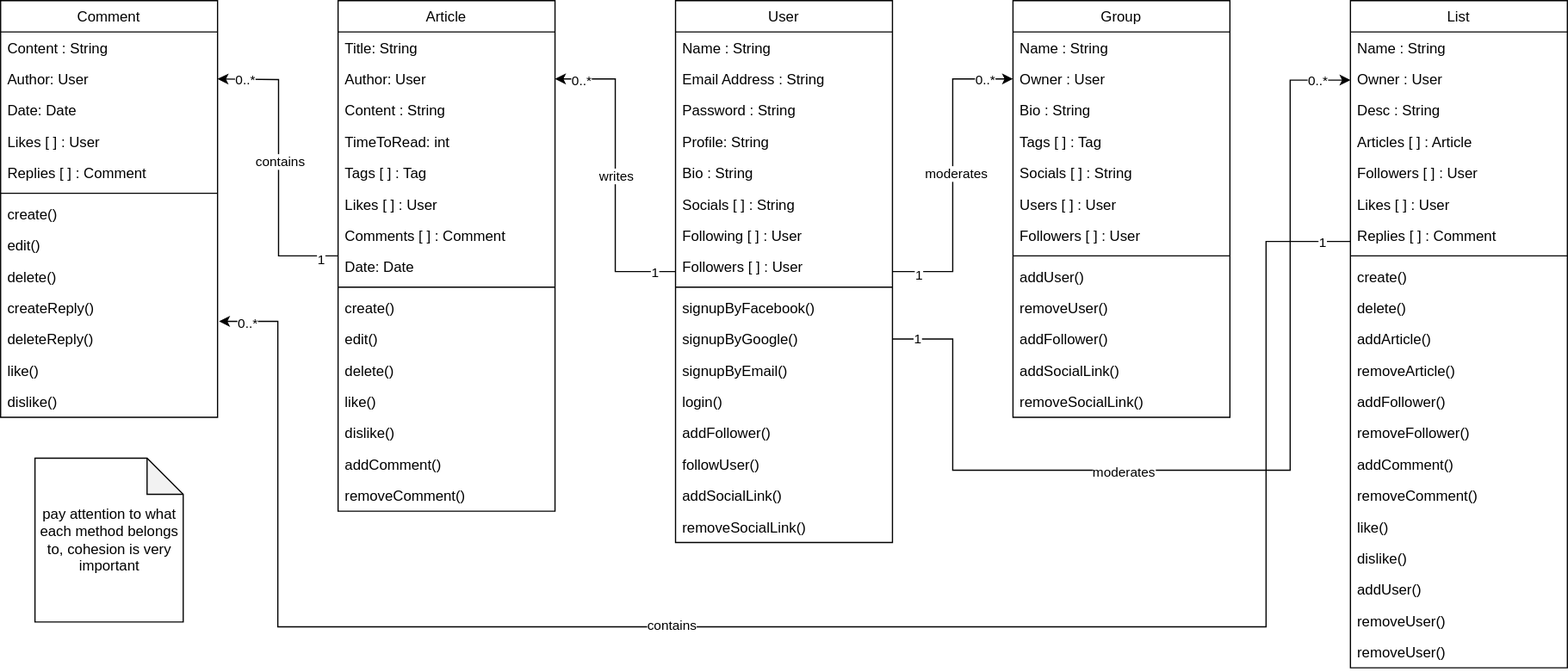
Above: Class Diagram.svg in AhmadTripleA/MediumDotCom-Clone (draw.io), before the change. Source tidied: cells renumbered, new cells last; positions are measured from the earlier drawing's top-left corner, leaving out a move shared by most shapes.
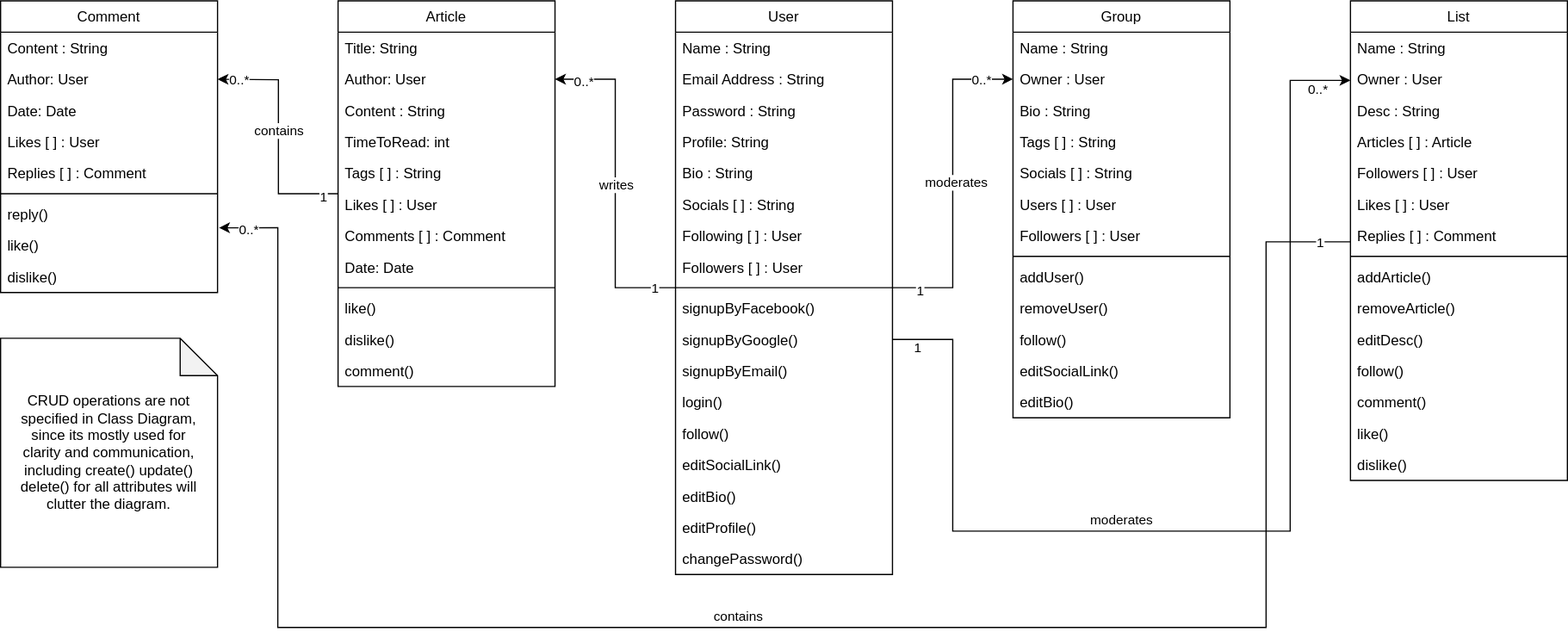
Later version of the same file.

What changed in the source:
```diff
@@ -37,7 +37,7 @@
       <mxGeometry relative="1" as="geometry" />
     </mxCell>
     <mxCell id="10" value="User" style="swimlane;fontStyle=0;align=center;verticalAlign=top;horizontal=1;startSize=26;rounded=0;shadow=0;strokeWidth=1;" parent="1" vertex="1">
-      <mxGeometry x="560" width="180" height="450" as="geometry" />
+      <mxGeometry x="560" width="180" height="476" as="geometry" />
     </mxCell>
     <mxCell id="11" value="Name : String" style="text;align=left;verticalAlign=top;spacingLeft=4;spacingRight=4;overflow=hidden;" parent="10" vertex="1">
       <mxGeometry y="26" width="180" height="26" as="geometry" />
@@ -78,18 +78,21 @@
     <mxCell id="23" value="login()" style="text;align=left;verticalAlign=top;spacingLeft=4;spacingRight=4;overflow=hidden;" parent="10" vertex="1">
       <mxGeometry y="320" width="180" height="26" as="geometry" />
     </mxCell>
-    <mxCell id="24" value="addFollower()" style="text;align=left;verticalAlign=top;spacingLeft=4;spacingRight=4;overflow=hidden;" parent="10" vertex="1">
+    <mxCell id="24" value="follow()" style="text;align=left;verticalAlign=top;spacingLeft=4;spacingRight=4;overflow=hidden;" parent="10" vertex="1">
       <mxGeometry y="346" width="180" height="26" as="geometry" />
     </mxCell>
-    <mxCell id="25" value="followUser()" style="text;align=left;verticalAlign=top;spacingLeft=4;spacingRight=4;overflow=hidden;" parent="10" vertex="1">
-      <mxGeometry y="372" width="180" height="26" as="geometry" />
-    </mxCell>
-    <mxCell id="26" value="addSocialLink()" style="text;align=left;verticalAlign=top;spacingLeft=4;spacingRight=4;overflow=hidden;" parent="10" vertex="1">
-      <mxGeometry y="398" width="180" height="26" as="geometry" />
+    <mxCell id="26" value="editSocialLink()" style="text;align=left;verticalAlign=top;spacingLeft=4;spacingRight=4;overflow=hidden;" parent="10" vertex="1">
+      <mxGeometry y="372" width="180" height="26" as="geometry" />
     </mxCell>
-    <mxCell id="27" value="removeSocialLink()" style="text;align=left;verticalAlign=top;spacingLeft=4;spacingRight=4;overflow=hidden;" parent="10" vertex="1">
-      <mxGeometry y="424" width="180" height="26" as="geometry" />
-    </mxCell>
+    <mxCell id="108" value="editBio()" style="text;align=left;verticalAlign=top;spacingLeft=4;spacingRight=4;overflow=hidden;" parent="10" vertex="1">
+      <mxGeometry y="398" width="180" height="26" as="geometry" />
+    </mxCell>
+    <mxCell id="109" value="editProfile()" style="text;align=left;verticalAlign=top;spacingLeft=4;spacingRight=4;overflow=hidden;" parent="10" vertex="1">
+      <mxGeometry y="424" width="180" height="26" as="geometry" />
+    </mxCell>
+    <mxCell id="110" value="changePassword()" style="text;align=left;verticalAlign=top;spacingLeft=4;spacingRight=4;overflow=hidden;" parent="10" vertex="1">
+      <mxGeometry y="450" width="180" height="26" as="geometry" />
+    </mxCell>
     <mxCell id="28" value="Group" style="swimlane;fontStyle=0;align=center;verticalAlign=top;horizontal=1;startSize=26;rounded=0;shadow=0;strokeWidth=1;" parent="1" vertex="1">
       <mxGeometry x="840" width="180" height="346" as="geometry" />
     </mxCell>
@@ -102,7 +105,7 @@
     <mxCell id="31" value="Bio : String" style="text;align=left;verticalAlign=top;spacingLeft=4;spacingRight=4;overflow=hidden;rounded=0;shadow=0;html=0;" parent="28" vertex="1">
       <mxGeometry y="78" width="180" height="26" as="geometry" />
     </mxCell>
-    <mxCell id="32" value="Tags [ ] : Tag" style="text;align=left;verticalAlign=top;spacingLeft=4;spacingRight=4;overflow=hidden;rounded=0;shadow=0;html=0;" parent="28" vertex="1">
+    <mxCell id="32" value="Tags [ ] : String" style="text;align=left;verticalAlign=top;spacingLeft=4;spacingRight=4;overflow=hidden;rounded=0;shadow=0;html=0;" parent="28" vertex="1">
       <mxGeometry y="104" width="180" height="26" as="geometry" />
     </mxCell>
     <mxCell id="33" value="Socials [ ] : String" style="text;align=left;verticalAlign=top;spacingLeft=4;spacingRight=4;overflow=hidden;rounded=0;shadow=0;html=0;" parent="28" vertex="1">
@@ -123,15 +126,15 @@
     <mxCell id="38" value="removeUser()" style="text;align=left;verticalAlign=top;spacingLeft=4;spacingRight=4;overflow=hidden;" parent="28" vertex="1">
       <mxGeometry y="242" width="180" height="26" as="geometry" />
     </mxCell>
-    <mxCell id="39" value="addFollower()" style="text;align=left;verticalAlign=top;spacingLeft=4;spacingRight=4;overflow=hidden;" parent="28" vertex="1">
+    <mxCell id="39" value="follow()" style="text;align=left;verticalAlign=top;spacingLeft=4;spacingRight=4;overflow=hidden;" parent="28" vertex="1">
       <mxGeometry y="268" width="180" height="26" as="geometry" />
     </mxCell>
-    <mxCell id="40" value="addSocialLink()" style="text;align=left;verticalAlign=top;spacingLeft=4;spacingRight=4;overflow=hidden;" parent="28" vertex="1">
+    <mxCell id="40" value="editSocialLink()" style="text;align=left;verticalAlign=top;spacingLeft=4;spacingRight=4;overflow=hidden;" parent="28" vertex="1">
       <mxGeometry y="294" width="180" height="26" as="geometry" />
     </mxCell>
-    <mxCell id="41" value="removeSocialLink()" style="text;align=left;verticalAlign=top;spacingLeft=4;spacingRight=4;overflow=hidden;" parent="28" vertex="1">
-      <mxGeometry y="320" width="180" height="26" as="geometry" />
-    </mxCell>
+    <mxCell id="111" value="editBio()" style="text;align=left;verticalAlign=top;spacingLeft=4;spacingRight=4;overflow=hidden;" parent="28" vertex="1">
+      <mxGeometry y="320" width="180" height="26" as="geometry" />
+    </mxCell>
     <mxCell id="42" style="edgeStyle=orthogonalEdgeStyle;rounded=0;jettySize=auto;html=1;" parent="1" edge="1" source="46">
       <mxGeometry relative="1" as="geometry">
         <mxPoint x="180" y="65" as="targetPoint" />
@@ -149,7 +152,7 @@
       <mxGeometry x="0.82" relative="1" as="geometry" />
     </mxCell>
     <mxCell id="46" value="Article" style="swimlane;fontStyle=0;align=center;verticalAlign=top;horizontal=1;startSize=26;rounded=0;shadow=0;strokeWidth=1;" parent="1" vertex="1">
-      <mxGeometry x="280" width="180" height="424" as="geometry" />
+      <mxGeometry x="280" width="180" height="320" as="geometry" />
     </mxCell>
     <mxCell id="47" value="Title: String" style="text;align=left;verticalAlign=top;spacingLeft=4;spacingRight=4;overflow=hidden;" parent="46" vertex="1">
       <mxGeometry y="26" width="180" height="26" as="geometry" />
@@ -163,7 +166,7 @@
     <mxCell id="50" value="TimeToRead: int" style="text;align=left;verticalAlign=top;spacingLeft=4;spacingRight=4;overflow=hidden;rounded=0;shadow=0;html=0;" parent="46" vertex="1">
       <mxGeometry y="104" width="180" height="26" as="geometry" />
     </mxCell>
-    <mxCell id="51" value="Tags [ ] : Tag" style="text;align=left;verticalAlign=top;spacingLeft=4;spacingRight=4;overflow=hidden;rounded=0;shadow=0;html=0;" parent="46" vertex="1">
+    <mxCell id="51" value="Tags [ ] : String" style="text;align=left;verticalAlign=top;spacingLeft=4;spacingRight=4;overflow=hidden;rounded=0;shadow=0;html=0;" parent="46" vertex="1">
       <mxGeometry y="130" width="180" height="26" as="geometry" />
     </mxCell>
     <mxCell id="52" value="Likes [ ] : User" style="text;align=left;verticalAlign=top;spacingLeft=4;spacingRight=4;overflow=hidden;rounded=0;shadow=0;html=0;" parent="46" vertex="1">
@@ -178,29 +181,17 @@
     <mxCell id="55" style="line;html=1;strokeWidth=1;align=left;verticalAlign=middle;spacingTop=-1;spacingLeft=3;spacingRight=3;labelPosition=right;" parent="46" vertex="1">
       <mxGeometry y="234" width="180" height="8" as="geometry" />
     </mxCell>
-    <mxCell id="56" value="create()" style="text;align=left;verticalAlign=top;spacingLeft=4;spacingRight=4;overflow=hidden;" parent="46" vertex="1">
-      <mxGeometry y="242" width="180" height="26" as="geometry" />
-    </mxCell>
-    <mxCell id="57" value="edit()" style="text;align=left;verticalAlign=top;spacingLeft=4;spacingRight=4;overflow=hidden;" parent="46" vertex="1">
-      <mxGeometry y="268" width="180" height="26" as="geometry" />
-    </mxCell>
-    <mxCell id="58" value="delete()" style="text;align=left;verticalAlign=top;spacingLeft=4;spacingRight=4;overflow=hidden;" parent="46" vertex="1">
-      <mxGeometry y="294" width="180" height="26" as="geometry" />
-    </mxCell>
     <mxCell id="59" value="like()" style="text;align=left;verticalAlign=top;spacingLeft=4;spacingRight=4;overflow=hidden;" parent="46" vertex="1">
-      <mxGeometry y="320" width="180" height="26" as="geometry" />
+      <mxGeometry y="242" width="180" height="26" as="geometry" />
     </mxCell>
     <mxCell id="60" value="dislike()" style="text;align=left;verticalAlign=top;spacingLeft=4;spacingRight=4;overflow=hidden;" parent="46" vertex="1">
-      <mxGeometry y="346" width="180" height="26" as="geometry" />
+      <mxGeometry y="268" width="180" height="26" as="geometry" />
     </mxCell>
-    <mxCell id="61" value="addComment()" style="text;align=left;verticalAlign=top;spacingLeft=4;spacingRight=4;overflow=hidden;" parent="46" vertex="1">
-      <mxGeometry y="372" width="180" height="26" as="geometry" />
+    <mxCell id="61" value="comment()" style="text;align=left;verticalAlign=top;spacingLeft=4;spacingRight=4;overflow=hidden;" parent="46" vertex="1">
+      <mxGeometry y="294" width="180" height="26" as="geometry" />
     </mxCell>
-    <mxCell id="62" value="removeComment()" style="text;align=left;verticalAlign=top;spacingLeft=4;spacingRight=4;overflow=hidden;" parent="46" vertex="1">
-      <mxGeometry y="398" width="180" height="26" as="geometry" />
-    </mxCell>
     <mxCell id="63" value="Comment" style="swimlane;fontStyle=0;align=center;verticalAlign=top;horizontal=1;startSize=26;rounded=0;shadow=0;strokeWidth=1;" parent="1" vertex="1">
-      <mxGeometry width="180" height="346" as="geometry" />
+      <mxGeometry width="180" height="242" as="geometry" />
     </mxCell>
     <mxCell id="64" value="Content : String" style="text;align=left;verticalAlign=top;spacingLeft=4;spacingRight=4;overflow=hidden;" parent="63" vertex="1">
       <mxGeometry y="26" width="180" height="26" as="geometry" />
@@ -220,26 +211,14 @@
     <mxCell id="69" style="line;html=1;strokeWidth=1;align=left;verticalAlign=middle;spacingTop=-1;spacingLeft=3;spacingRight=3;labelPosition=right;" parent="63" vertex="1">
       <mxGeometry y="156" width="180" height="8" as="geometry" />
     </mxCell>
-    <mxCell id="70" value="create()" style="text;align=left;verticalAlign=top;spacingLeft=4;spacingRight=4;overflow=hidden;" parent="63" vertex="1">
-      <mxGeometry y="164" width="180" height="26" as="geometry" />
-    </mxCell>
-    <mxCell id="71" value="edit()" style="text;align=left;verticalAlign=top;spacingLeft=4;spacingRight=4;overflow=hidden;" parent="63" vertex="1">
-      <mxGeometry y="190" width="180" height="26" as="geometry" />
-    </mxCell>
-    <mxCell id="72" value="delete()" style="text;align=left;verticalAlign=top;spacingLeft=4;spacingRight=4;overflow=hidden;" parent="63" vertex="1">
-      <mxGeometry y="216" width="180" height="26" as="geometry" />
-    </mxCell>
-    <mxCell id="73" value="createReply()" style="text;align=left;verticalAlign=top;spacingLeft=4;spacingRight=4;overflow=hidden;points=[[0,0.5],[1,0.5]];portConstraint=eastwest;" parent="63" vertex="1">
-      <mxGeometry y="242" width="180" height="26" as="geometry" />
+    <mxCell id="73" value="reply()" style="text;align=left;verticalAlign=top;spacingLeft=4;spacingRight=4;overflow=hidden;points=[[0,0.5],[1,0.5]];portConstraint=eastwest;" parent="63" vertex="1">
+      <mxGeometry y="164" width="180" height="26" as="geometry" />
     </mxCell>
-    <mxCell id="74" value="deleteReply()" style="text;align=left;verticalAlign=top;spacingLeft=4;spacingRight=4;overflow=hidden;" parent="63" vertex="1">
-      <mxGeometry y="268" width="180" height="26" as="geometry" />
-    </mxCell>
     <mxCell id="75" value="like()" style="text;align=left;verticalAlign=top;spacingLeft=4;spacingRight=4;overflow=hidden;" parent="63" vertex="1">
-      <mxGeometry y="294" width="180" height="26" as="geometry" />
+      <mxGeometry y="190" width="180" height="26" as="geometry" />
     </mxCell>
     <mxCell id="76" value="dislike()" style="text;align=left;verticalAlign=top;spacingLeft=4;spacingRight=4;overflow=hidden;" parent="63" vertex="1">
-      <mxGeometry y="320" width="180" height="26" as="geometry" />
+      <mxGeometry y="216" width="180" height="26" as="geometry" />
     </mxCell>
     <mxCell id="77" style="edgeStyle=orthogonalEdgeStyle;rounded=0;jettySize=auto;html=1;entryX=1.007;entryY=0.936;entryDx=0;entryDy=0;entryPerimeter=0;" parent="1" edge="1" source="81" target="73">
       <mxGeometry relative="1" as="geometry">
@@ -247,7 +226,7 @@
           <mxPoint x="1050" y="200" />
           <mxPoint x="1050" y="520" />
           <mxPoint x="230" y="520" />
-          <mxPoint x="230" y="266" />
+          <mxPoint x="230" y="188" />
         </Array>
       </mxGeometry>
     </mxCell>
@@ -258,10 +237,12 @@
       <mxGeometry x="-0.97" relative="1" as="geometry" />
     </mxCell>
     <mxCell id="80" value="contains" style="edgeLabel;html=1;align=center;verticalAlign=middle;" parent="77" vertex="1">
-      <mxGeometry x="0.17" y="-2" relative="1" as="geometry" />
+      <mxGeometry x="0.17" y="-2" relative="1" as="geometry">
+        <mxPoint x="100" y="-8" as="offset" />
+      </mxGeometry>
     </mxCell>
     <mxCell id="81" value="List" style="swimlane;fontStyle=0;align=center;verticalAlign=top;horizontal=1;startSize=26;rounded=0;shadow=0;strokeWidth=1;" parent="1" vertex="1">
-      <mxGeometry x="1120" width="180" height="554" as="geometry" />
+      <mxGeometry x="1120" width="180" height="398" as="geometry" />
     </mxCell>
     <mxCell id="82" value="Name : String" style="text;align=left;verticalAlign=top;spacingLeft=4;spacingRight=4;overflow=hidden;" parent="81" vertex="1">
       <mxGeometry y="26" width="180" height="26" as="geometry" />
@@ -287,54 +268,33 @@
     <mxCell id="89" style="line;html=1;strokeWidth=1;align=left;verticalAlign=middle;spacingTop=-1;spacingLeft=3;spacingRight=3;labelPosition=right;" parent="81" vertex="1">
       <mxGeometry y="208" width="180" height="8" as="geometry" />
     </mxCell>
-    <mxCell id="90" value="create()" style="text;align=left;verticalAlign=top;spacingLeft=4;spacingRight=4;overflow=hidden;" parent="81" vertex="1">
-      <mxGeometry y="216" width="180" height="26" as="geometry" />
-    </mxCell>
-    <mxCell id="91" value="delete()" style="text;align=left;verticalAlign=top;spacingLeft=4;spacingRight=4;overflow=hidden;" parent="81" vertex="1">
-      <mxGeometry y="242" width="180" height="26" as="geometry" />
-    </mxCell>
     <mxCell id="92" value="addArticle()" style="text;align=left;verticalAlign=top;spacingLeft=4;spacingRight=4;overflow=hidden;" parent="81" vertex="1">
-      <mxGeometry y="268" width="180" height="26" as="geometry" />
+      <mxGeometry y="216" width="180" height="26" as="geometry" />
     </mxCell>
     <mxCell id="93" value="removeArticle()" style="text;align=left;verticalAlign=top;spacingLeft=4;spacingRight=4;overflow=hidden;" parent="81" vertex="1">
-      <mxGeometry y="294" width="180" height="26" as="geometry" />
+      <mxGeometry y="242" width="180" height="26" as="geometry" />
     </mxCell>
+    <mxCell id="112" value="editDesc()" style="text;align=left;verticalAlign=top;spacingLeft=4;spacingRight=4;overflow=hidden;" parent="81" vertex="1">
+      <mxGeometry y="268" width="180" height="26" as="geometry" />
+    </mxCell>
-    <mxCell id="94" value="addFollower()" style="text;align=left;verticalAlign=top;spacingLeft=4;spacingRight=4;overflow=hidden;" parent="81" vertex="1">
-      <mxGeometry y="320" width="180" height="26" as="geometry" />
+    <mxCell id="94" value="follow()" style="text;align=left;verticalAlign=top;spacingLeft=4;spacingRight=4;overflow=hidden;" parent="81" vertex="1">
+      <mxGeometry y="294" width="180" height="26" as="geometry" />
     </mxCell>
-    <mxCell id="95" value="removeFollower()" style="text;align=left;verticalAlign=top;spacingLeft=4;spacingRight=4;overflow=hidden;" parent="81" vertex="1">
-      <mxGeometry y="346" width="180" height="26" as="geometry" />
-    </mxCell>
-    <mxCell id="96" value="addComment()" style="text;align=left;verticalAlign=top;spacingLeft=4;spacingRight=4;overflow=hidden;" parent="81" vertex="1">
-      <mxGeometry y="372" width="180" height="26" as="geometry" />
+    <mxCell id="96" value="comment()" style="text;align=left;verticalAlign=top;spacingLeft=4;spacingRight=4;overflow=hidden;" parent="81" vertex="1">
+      <mxGeometry y="320" width="180" height="26" as="geometry" />
     </mxCell>
-    <mxCell id="97" value="removeComment()" style="text;align=left;verticalAlign=top;spacingLeft=4;spacingRight=4;overflow=hidden;" parent="81" vertex="1">
-      <mxGeometry y="398" width="180" height="26" as="geometry" />
-    </mxCell>
     <mxCell id="98" value="like()" style="text;align=left;verticalAlign=top;spacingLeft=4;spacingRight=4;overflow=hidden;" parent="81" vertex="1">
-      <mxGeometry y="424" width="180" height="26" as="geometry" />
+      <mxGeometry y="346" width="180" height="26" as="geometry" />
     </mxCell>
     <mxCell id="99" value="dislike()" style="text;align=left;verticalAlign=top;spacingLeft=4;spacingRight=4;overflow=hidden;" parent="81" vertex="1">
-      <mxGeometry y="450" width="180" height="26" as="geometry" />
+      <mxGeometry y="372" width="180" height="26" as="geometry" />
     </mxCell>
-    <mxCell id="100" value="addUser()" style="text;align=left;verticalAlign=top;spacingLeft=4;spacingRight=4;overflow=hidden;" parent="81" vertex="1">
-      <mxGeometry y="476" width="180" height="26" as="geometry" />
-    </mxCell>
-    <mxCell id="101" value="removeUser()" style="text;align=left;verticalAlign=top;spacingLeft=4;spacingRight=4;overflow=hidden;" parent="81" vertex="1">
-      <mxGeometry y="502" width="180" height="26" as="geometry" />
-    </mxCell>
-    <mxCell id="102" value="removeUser()" style="text;align=left;verticalAlign=top;spacingLeft=4;spacingRight=4;overflow=hidden;" parent="81" vertex="1">
-      <mxGeometry y="528" width="180" height="26" as="geometry" />
-    </mxCell>
-    <mxCell id="103" value="pay attention to what each method belongs to, cohesion is very important" style="shape=note;whiteSpace=wrap;html=1;backgroundOutline=1;darkOpacity=0.05;" parent="1" vertex="1">
-      <mxGeometry x="28.5" y="380" width="123" height="136" as="geometry" />
-    </mxCell>
     <mxCell id="104" style="edgeStyle=orthogonalEdgeStyle;rounded=0;jettySize=auto;html=1;" parent="1" edge="1" source="21" target="83">
       <mxGeometry relative="1" as="geometry">
         <Array as="points">
           <mxPoint x="790" y="281" />
-          <mxPoint x="790" y="390" />
-          <mxPoint x="1070" y="390" />
+          <mxPoint x="790" y="440" />
+          <mxPoint x="1070" y="440" />
           <mxPoint x="1070" y="66" />
         </Array>
       </mxGeometry>
@@ -351,8 +311,11 @@
     </mxCell>
     <mxCell id="107" value="moderates" style="edgeLabel;html=1;align=center;verticalAlign=middle;" parent="104" vertex="1">
       <mxGeometry x="-0.03" y="-1" relative="1" as="geometry">
-        <mxPoint x="-96" as="offset" />
+        <mxPoint x="-96" y="-11" as="offset" />
       </mxGeometry>
     </mxCell>
+    <mxCell id="113" value="CRUD operations are not specified in Class Diagram, since its mostly used for clarity and communication, including create() update() delete() for all attributes will clutter the diagram." style="shape=note;whiteSpace=wrap;html=1;backgroundOutline=1;darkOpacity=0.05;spacingRight=10;spacingLeft=10;size=31;" parent="1" vertex="1">
+      <mxGeometry y="280" width="180" height="190" as="geometry" />
+    </mxCell>
   </root>
 </mxGraphModel>
```
